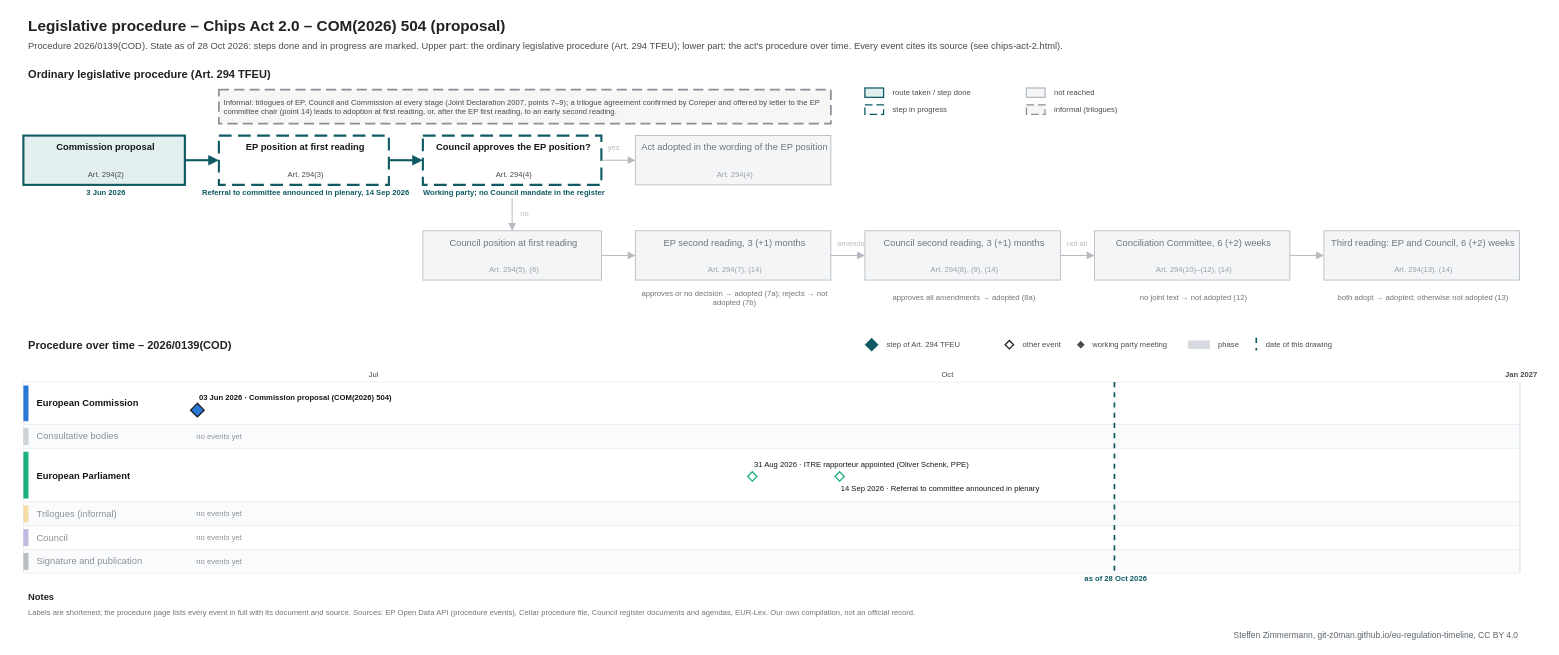
Before: procedures/chips-act-2.drawio in git-z0man/eu-regulation-timeline, a draw.io diagram. Source tidied: cells renumbered, new cells numbered last; positions are measured from the earlier drawing's top-left corner, leaving out a move shared by most shapes. Both pictures are drawn from the tidied source at 85%, with x=0, y=0 at pixel (14, 14).
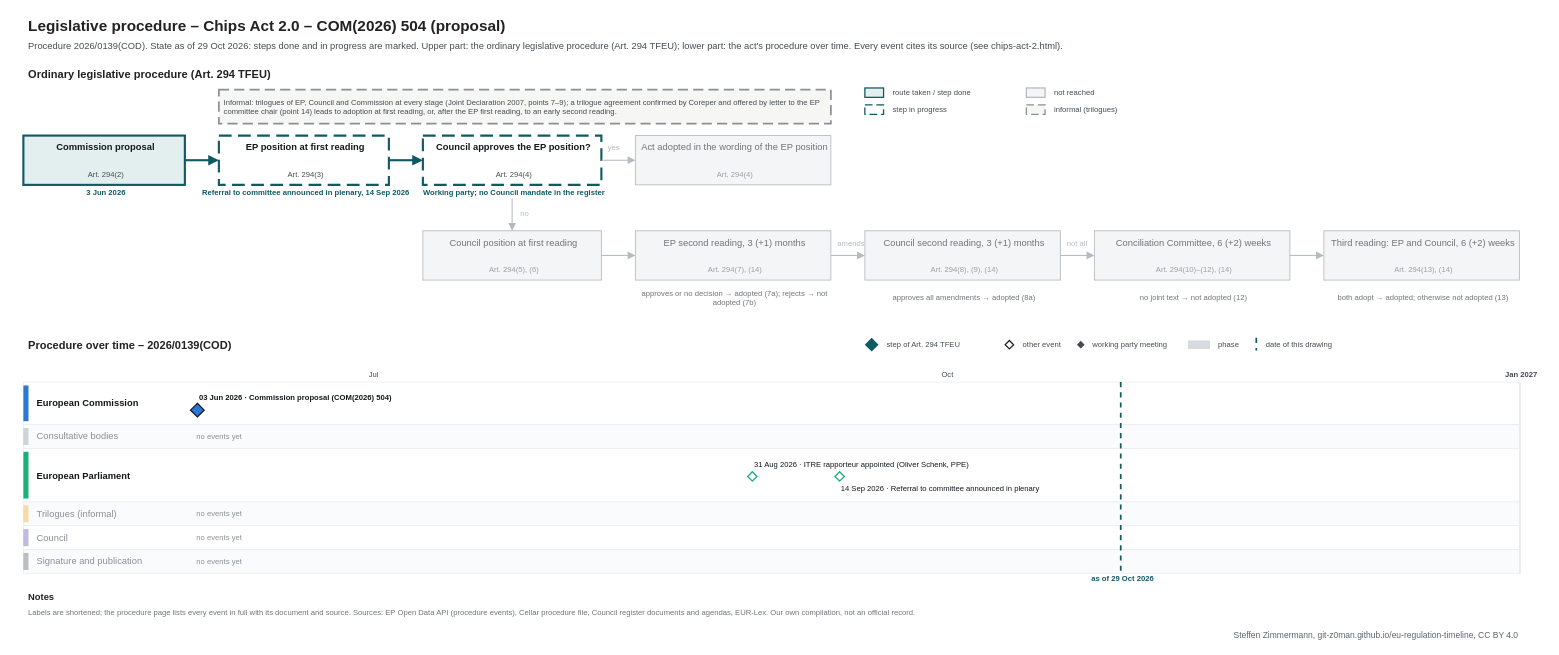
The same diagram, later.

Diff of the diagram source:
```diff
@@
-    <mxCell id="3" value="Procedure 2026/0139(COD). State as of 28 Oct 2026: steps done and in progress are marked. Upper part: the ordinary legislative procedure (Art. 294 TFEU); lower part: the act's procedure over time. Every event cites its source (see chips-act-2.html)." style="text;html=1;fontSize=11;fontColor=#454c53;align=left;verticalAlign=middle;spacingLeft=4;" parent="1" vertex="1">
+    <mxCell id="3" value="Procedure 2026/0139(COD). State as of 29 Oct 2026: steps done and in progress are marked. Upper part: the ordinary legislative procedure (Art. 294 TFEU); lower part: the act's procedure over time. Every event cites its source (see chips-act-2.html)." style="text;html=1;fontSize=11;fontColor=#454c53;align=left;verticalAlign=middle;spacingLeft=4;" parent="1" vertex="1">
       <mxGeometry x="10" y="28" width="1700" height="18" as="geometry" />
     </mxCell>
@@
     <mxCell id="105" style="line;html=1;strokeWidth=2;strokeColor=#0f5a63;direction=south;dashed=1;" parent="1" vertex="1">
-      <mxGeometry x="1293.1" y="432" width="1" height="225" as="geometry" />
+      <mxGeometry x="1300.5" y="432" width="1" height="225" as="geometry" />
     </mxCell>
-    <mxCell id="106" value="as of 28 Oct 2026" style="text;html=1;fontSize=9;fontColor=#0f5a63;align=center;verticalAlign=middle;spacingLeft=4;fontStyle=1;" parent="1" vertex="1">
-      <mxGeometry x="1233.1" y="658" width="120" height="12" as="geometry" />
+    <mxCell id="106" value="as of 29 Oct 2026" style="text;html=1;fontSize=9;fontColor=#0f5a63;align=center;verticalAlign=middle;spacingLeft=4;fontStyle=1;" parent="1" vertex="1">
+      <mxGeometry x="1240.5" y="658" width="120" height="12" as="geometry" />
     </mxCell>
```
